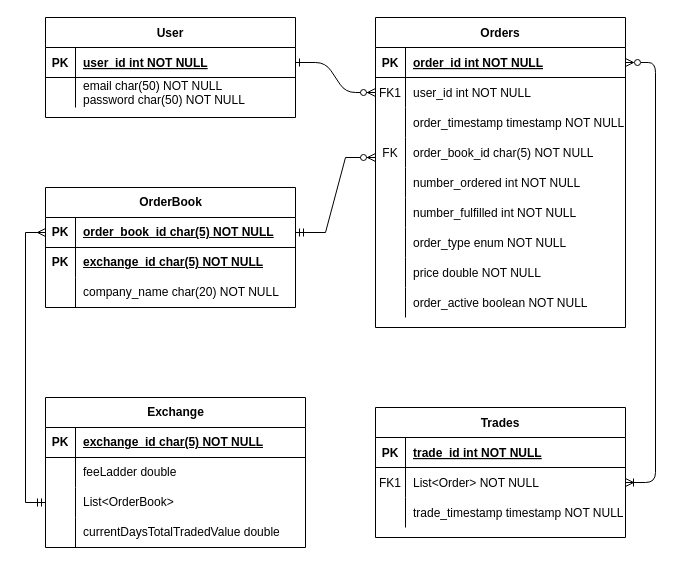
Earlier version of the draw.io diagram erd.drawio (jbritland16/OrderBook). Source tidied: cells renumbered, new cells numbered last; positions are measured from the earlier drawing's top-left corner, leaving out a move shared by most shapes. Both pictures are drawn from the tidied source at 100%, with x=0, y=0 at pixel (45, 17).
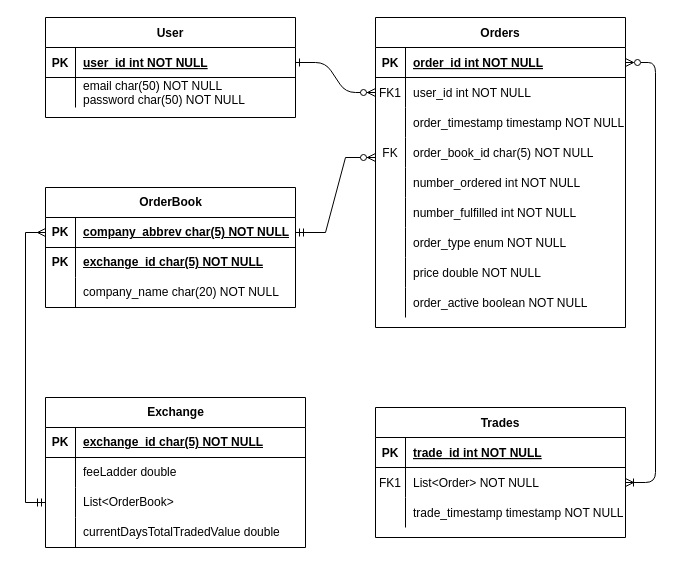
The same page after the edit.

Unchanged cells that the change refers to:
```xml
<mxCell id="52" style="shape=tableRow;horizontal=0;startSize=0;swimlaneHead=0;swimlaneBody=0;fillColor=none;points=[[0,0.5],[1,0.5]];portConstraint=eastwest;top=0;left=0;right=0;bottom=1;" parent="51" vertex="1">
  <mxGeometry y="30" width="250" height="30" as="geometry" />
</mxCell>
```

Diff of the diagram source:
```diff
@@
-    <mxCell id="54" value="order_book_id char(5) NOT NULL" style="shape=partialRectangle;fillColor=none;top=0;left=0;bottom=0;right=0;align=left;spacingLeft=6;fontStyle=5;overflow=hidden;whiteSpace=wrap;html=1;strokeColor=default;" parent="52" vertex="1">
+    <mxCell id="54" value="company_abbrev char(5) NOT NULL" style="shape=partialRectangle;fillColor=none;top=0;left=0;bottom=0;right=0;align=left;spacingLeft=6;fontStyle=5;overflow=hidden;whiteSpace=wrap;html=1;strokeColor=default;" parent="52" vertex="1">
       <mxGeometry x="30" width="220" height="30" as="geometry" />
     </mxCell>
```
